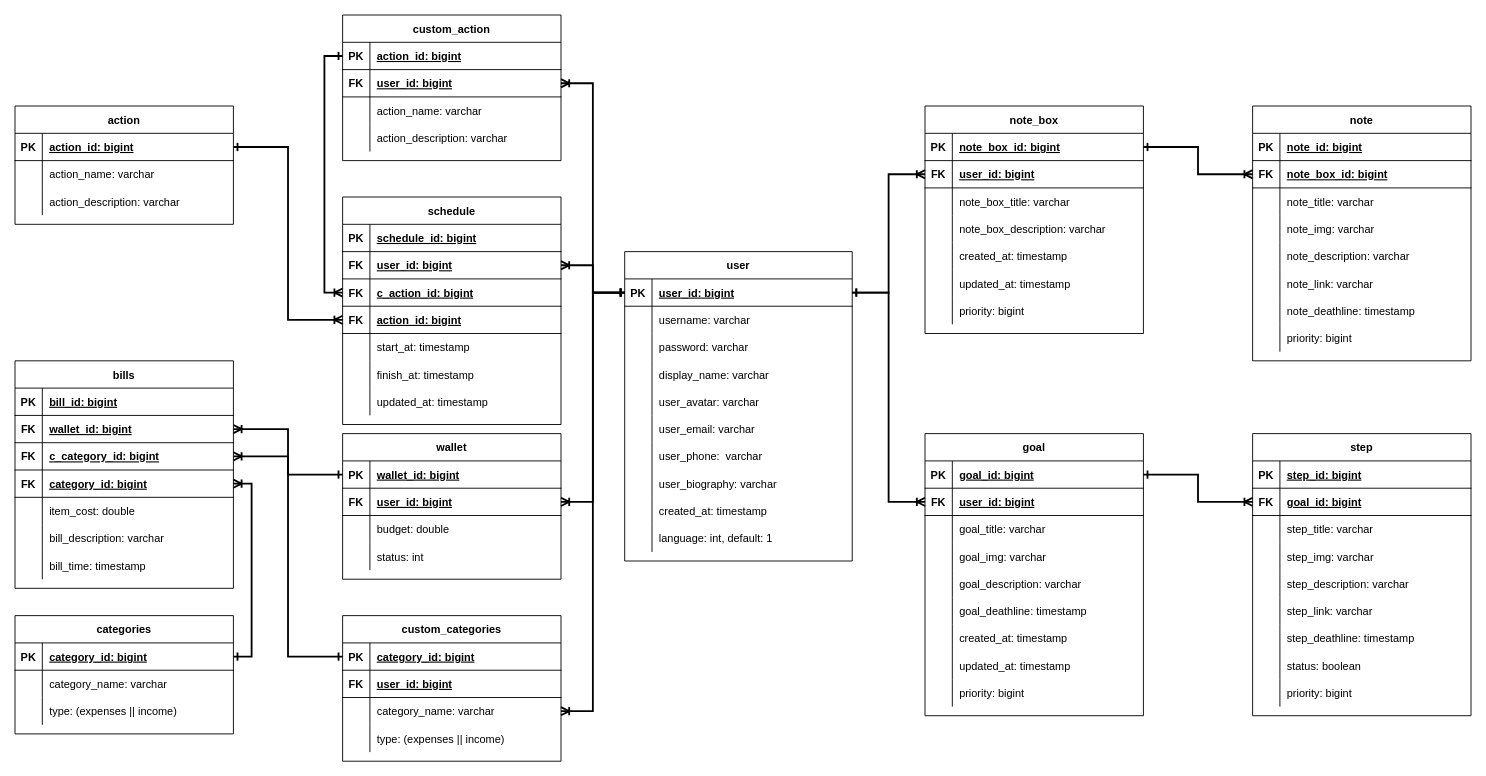
This is documents/draw.io/system_database.drawio from johnvo24/vku_bp2_web_youli, a draw.io file, before an edit. Source tidied: cells renumbered, new cells numbered last; positions are measured from the earlier drawing's top-left corner, leaving out a move shared by most shapes. Both pictures are drawn from the tidied source at 91%, with x=0, y=0 at pixel (15, 15).
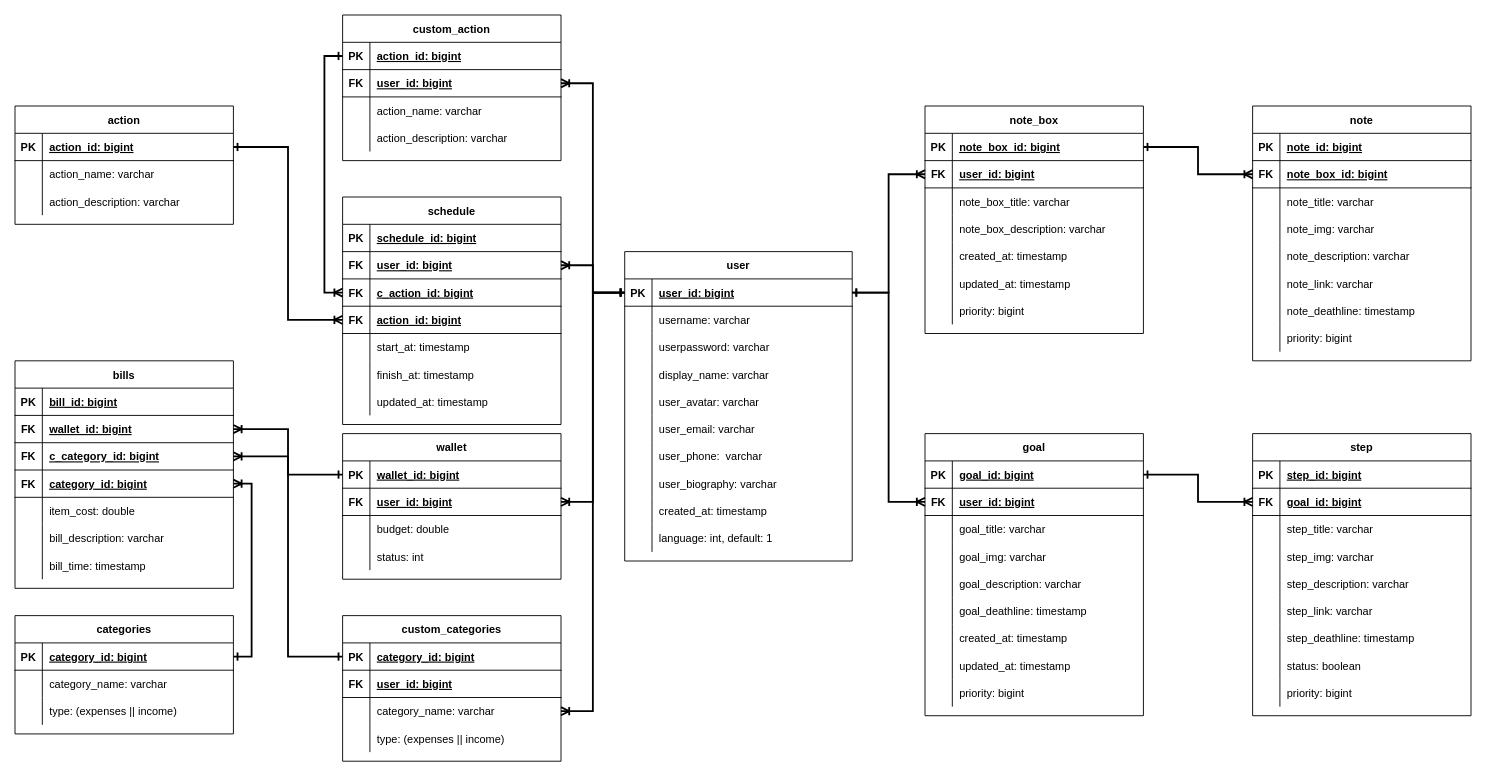
The same page after the edit.

Unchanged cells that the change refers to:
```xml
<mxCell id="53" style="shape=tableRow;horizontal=0;startSize=0;swimlaneHead=0;swimlaneBody=0;fillColor=none;top=0;left=0;right=0;bottom=0;" parent="46" vertex="1">
  <mxGeometry y="90" width="250" height="30" as="geometry" />
</mxCell>
```

The edit, as a diff of the source:
```diff
@@
-    <mxCell id="55" value="password: varchar" style="shape=partialRectangle;fillColor=none;top=0;left=0;bottom=0;right=0;align=left;spacingLeft=6;overflow=hidden;" parent="53" vertex="1">
+    <mxCell id="55" value="userpassword: varchar" style="shape=partialRectangle;fillColor=none;top=0;left=0;bottom=0;right=0;align=left;spacingLeft=6;overflow=hidden;" parent="53" vertex="1">
       <mxGeometry x="30" width="220" height="30" as="geometry" />
     </mxCell>
```
